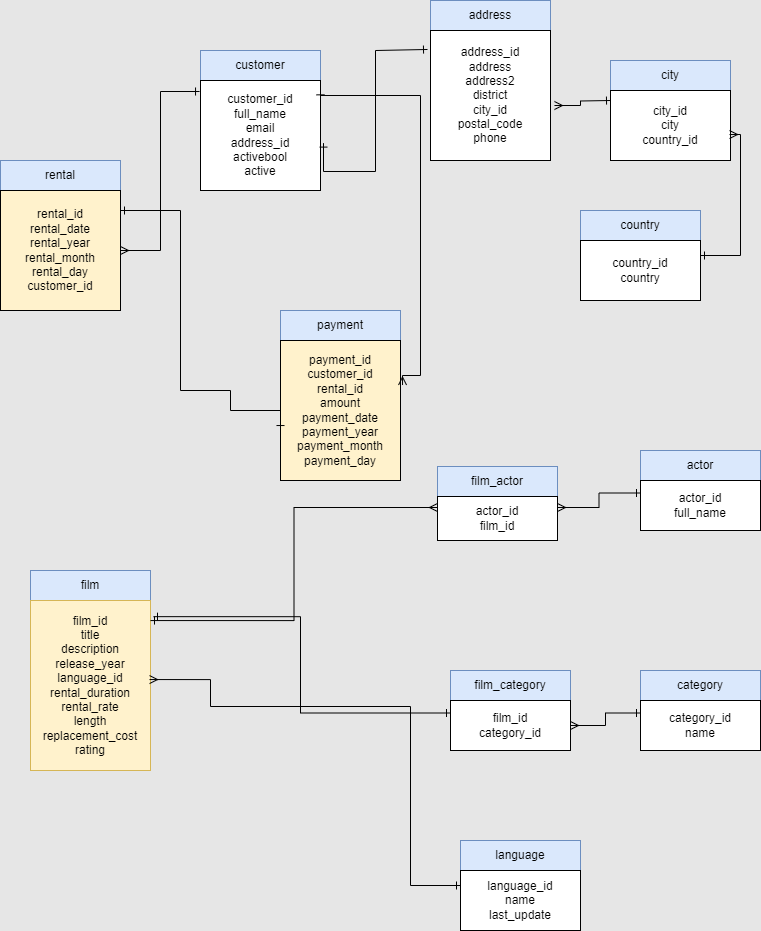
Before: ER_diagram_dvdrental_cleaned.png, a diagram exported from draw.io (csillatepliczky/c371dataanalysis_final_project). Source tidied: cells renumbered, new cells last; positions are measured from the earlier drawing's top-left corner, leaving out a move shared by most shapes.
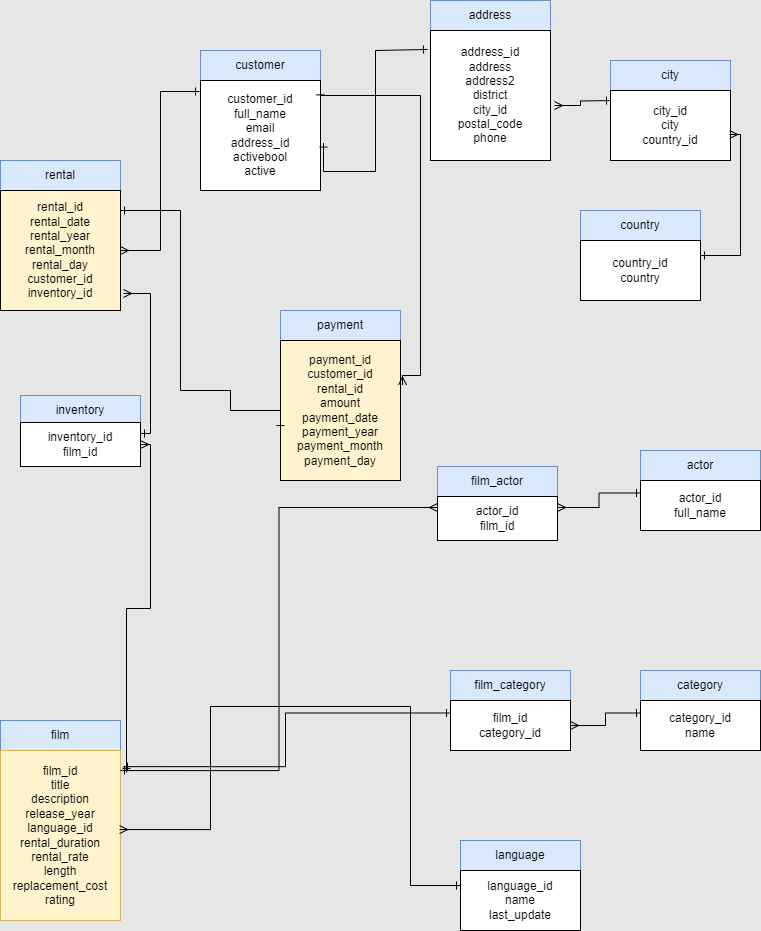
The same diagram one commit later.

The edit, as a diff of the source:
```diff
@@ -55,10 +55,10 @@
       </mxGeometry>
     </mxCell>
     <mxCell id="17" value="film" style="rounded=0;whiteSpace=wrap;html=1;fillColor=#dae8fc;strokeColor=#6c8ebf;" parent="1" vertex="1">
-      <mxGeometry x="30" y="570" width="120" height="30" as="geometry" />
+      <mxGeometry y="720" width="120" height="30" as="geometry" />
     </mxCell>
     <mxCell id="18" value="film_id&lt;br&gt;title&lt;br&gt;description&lt;br&gt;release_year&lt;br&gt;language_id&lt;br&gt;rental_duration&lt;br&gt;rental_rate&lt;br&gt;length&lt;br&gt;replacement_cost&lt;br&gt;rating" style="rounded=0;whiteSpace=wrap;html=1;fillColor=#fff2cc;strokeColor=#d6b656;" parent="1" vertex="1">
-      <mxGeometry x="30" y="600" width="120" height="170" as="geometry" />
+      <mxGeometry y="750" width="120" height="170" as="geometry" />
     </mxCell>
     <mxCell id="19" value="film_actor" style="rounded=0;whiteSpace=wrap;html=1;fillColor=#dae8fc;strokeColor=#6c8ebf;" parent="1" vertex="1">
       <mxGeometry x="437" y="466" width="120" height="30" as="geometry" />
@@ -90,7 +90,7 @@
     <mxCell id="28" style="endArrow=ERone;html=1;rounded=0;exitX=0.992;exitY=0.465;exitDx=0;exitDy=0;exitPerimeter=0;entryX=0;entryY=0.25;entryDx=0;entryDy=0;edgeStyle=orthogonalEdgeStyle;startArrow=ERmany;startFill=0;endFill=0;" parent="1" edge="1" source="18" target="27">
       <mxGeometry relative="1" as="geometry">
         <Array as="points">
-          <mxPoint x="210" y="679" />
+          <mxPoint x="210" y="829" />
           <mxPoint x="210" y="706" />
           <mxPoint x="410" y="706" />
           <mxPoint x="410" y="885" />
@@ -106,7 +106,7 @@
     <mxCell id="31" value="rental" style="rounded=0;whiteSpace=wrap;html=1;fillColor=#dae8fc;strokeColor=#6c8ebf;" parent="1" vertex="1">
       <mxGeometry y="160" width="120" height="30" as="geometry" />
     </mxCell>
-    <mxCell id="32" value="rental_id&lt;br&gt;rental_date&lt;br&gt;rental_year&lt;br&gt;rental_month&lt;br&gt;rental_day&lt;br&gt;customer_id" style="rounded=0;whiteSpace=wrap;html=1;fillColor=#FFF2CC;" parent="1" vertex="1">
+    <mxCell id="32" value="rental_id&lt;br style=&quot;border-color: var(--border-color);&quot;&gt;rental_date&lt;br style=&quot;border-color: var(--border-color);&quot;&gt;rental_year&lt;br style=&quot;border-color: var(--border-color);&quot;&gt;rental_month&lt;br style=&quot;border-color: var(--border-color);&quot;&gt;rental_day&lt;br style=&quot;border-color: var(--border-color);&quot;&gt;customer_id&lt;br style=&quot;border-color: var(--border-color);&quot;&gt;inventory_id" style="rounded=0;whiteSpace=wrap;html=1;fillColor=#FFF2CC;" parent="1" vertex="1">
       <mxGeometry y="190" width="120" height="120" as="geometry" />
     </mxCell>
     <mxCell id="33" style="endArrow=ERone;html=1;rounded=0;exitX=1.017;exitY=0.318;exitDx=0;exitDy=0;exitPerimeter=0;entryX=1;entryY=0.094;entryDx=0;entryDy=0;entryPerimeter=0;edgeStyle=orthogonalEdgeStyle;startArrow=ERmany;startFill=0;endFill=0;" parent="1" edge="1" source="30" target="15">
@@ -134,5 +134,22 @@
     <mxCell id="36" style="endArrow=ERmany;html=1;rounded=0;entryX=0;entryY=0.25;entryDx=0;entryDy=0;exitX=1;exitY=0.118;exitDx=0;exitDy=0;exitPerimeter=0;edgeStyle=orthogonalEdgeStyle;startArrow=ERone;startFill=0;endFill=0;" parent="1" edge="1" source="18" target="20">
       <mxGeometry relative="1" as="geometry" />
     </mxCell>
+    <mxCell id="37" value="inventory" style="rounded=0;whiteSpace=wrap;html=1;fillColor=#dae8fc;strokeColor=#6c8ebf;" parent="1" vertex="1">
+      <mxGeometry x="20" y="395" width="120" height="30" as="geometry" />
+    </mxCell>
+    <mxCell id="38" value="inventory_id&lt;br&gt;film_id" style="rounded=0;whiteSpace=wrap;html=1;" parent="1" vertex="1">
+      <mxGeometry x="20" y="422" width="120" height="44" as="geometry" />
+    </mxCell>
+    <mxCell id="39" style="endArrow=ERmany;html=1;rounded=0;exitX=1.05;exitY=0.129;exitDx=0;exitDy=0;exitPerimeter=0;entryX=1;entryY=0.5;entryDx=0;entryDy=0;edgeStyle=orthogonalEdgeStyle;startArrow=ERone;startFill=0;endFill=0;" parent="1" edge="1" source="18" target="38">
+      <mxGeometry relative="1" as="geometry" />
+    </mxCell>
+    <mxCell id="40" style="endArrow=ERmany;html=1;rounded=0;exitX=1;exitY=0.25;exitDx=0;exitDy=0;entryX=1.025;entryY=0.858;entryDx=0;entryDy=0;entryPerimeter=0;startArrow=ERone;startFill=0;endFill=0;edgeStyle=orthogonalEdgeStyle;" parent="1" edge="1" source="38" target="32">
+      <mxGeometry relative="1" as="geometry">
+        <Array as="points">
+          <mxPoint x="150" y="433" />
+          <mxPoint x="150" y="293" />
+        </Array>
+      </mxGeometry>
+    </mxCell>
   </root>
 </mxGraphModel>
```
